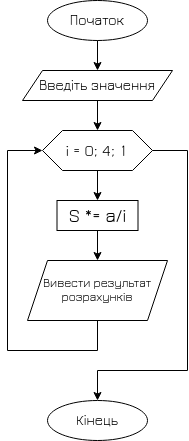
The draw.io diagram Лабораторна робота #4/Завдання #2. Блок схема (Добуток).png in H4WG/CppLabs, before a commit. Source tidied: cells renumbered, new cells last; positions are measured from the earlier drawing's top-left corner, leaving out a move shared by most shapes.
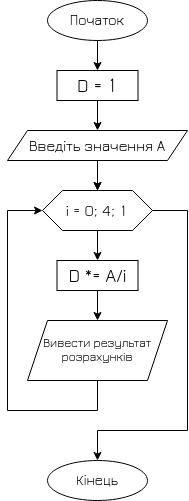
Above is the later version.

Commit message:
Виправлення помилок

Change to the diagram source:
```diff
@@ -3,15 +3,15 @@
     <mxCell id="0" />
     <mxCell id="1" parent="0" />
     <mxCell id="2" value="Початок" style="ellipse;whiteSpace=wrap;html=1;fontSize=14;" parent="1" vertex="1">
-      <mxGeometry x="40" width="100" height="40" as="geometry" />
+      <mxGeometry x="40" y="-60" width="100" height="40" as="geometry" />
     </mxCell>
-    <mxCell id="3" style="endArrow=classic;html=1;fontSize=14;entryX=0.5;entryY=0;entryDx=0;entryDy=0;exitX=0.5;exitY=1;exitDx=0;exitDy=0;" parent="1" edge="1" source="2" target="12">
+    <mxCell id="3" style="endArrow=classic;html=1;fontSize=14;exitX=0.5;exitY=1;exitDx=0;exitDy=0;entryX=0.5;entryY=0;entryDx=0;entryDy=0;" parent="1" edge="1" source="2" target="22">
       <mxGeometry relative="1" as="geometry" />
     </mxCell>
     <mxCell id="4" value="Кінець" style="ellipse;whiteSpace=wrap;html=1;fontSize=14;" parent="1" vertex="1">
       <mxGeometry x="40" y="400" width="100" height="40" as="geometry" />
     </mxCell>
-    <mxCell id="5" value="&lt;font style=&quot;font-size: 19px&quot;&gt;S *= a/i&lt;br&gt;&lt;/font&gt;" style="whiteSpace=wrap;html=1;fontSize=20;" parent="1" vertex="1">
+    <mxCell id="5" value="&lt;font style=&quot;font-size: 19px&quot;&gt;D *= A/i&lt;br&gt;&lt;/font&gt;" style="whiteSpace=wrap;html=1;fontSize=20;" parent="1" vertex="1">
       <mxGeometry x="49.5" y="200" width="81" height="30" as="geometry" />
     </mxCell>
     <mxCell id="6" style="endArrow=classic;html=1;exitX=0.5;exitY=1;exitDx=0;exitDy=0;" parent="1" edge="1">
@@ -43,8 +43,11 @@
         <mxPoint y="150" as="sourcePoint" />
       </mxGeometry>
     </mxCell>
+    <mxCell id="20" style="edgeStyle=orthogonalEdgeStyle;rounded=0;jettySize=auto;html=1;" parent="1" edge="1" source="12" target="13">
+      <mxGeometry relative="1" as="geometry" />
+    </mxCell>
-    <mxCell id="12" value="&lt;font style=&quot;font-size: 14px&quot;&gt;Введіть значення&lt;/font&gt;" style="shape=parallelogram;perimeter=parallelogramPerimeter;whiteSpace=wrap;html=1;fixedSize=1;" parent="1" vertex="1">
-      <mxGeometry x="15" y="70" width="150" height="30" as="geometry" />
+    <mxCell id="12" value="&lt;font style=&quot;font-size: 15px&quot;&gt;Введіть значення&lt;/font&gt;&lt;font style=&quot;font-size: 15px&quot;&gt; A&lt;br&gt;&lt;/font&gt;" style="shape=parallelogram;perimeter=parallelogramPerimeter;whiteSpace=wrap;html=1;fixedSize=1;" parent="1" vertex="1">
+      <mxGeometry y="70" width="180" height="30" as="geometry" />
     </mxCell>
     <mxCell id="13" value="&lt;font style=&quot;font-size: 16px&quot;&gt;i = 0; 4; 1&lt;br&gt;&lt;/font&gt;" style="shape=hexagon;perimeter=hexagonPerimeter2;whiteSpace=wrap;html=1;fixedSize=1;" parent="1" vertex="1">
       <mxGeometry x="35" y="130" width="110" height="40" as="geometry" />
@@ -82,5 +85,11 @@
         <mxPoint x="180" y="370" as="targetPoint" />
       </mxGeometry>
     </mxCell>
+    <mxCell id="21" style="edgeStyle=orthogonalEdgeStyle;rounded=0;jettySize=auto;html=1;entryX=0.5;entryY=0;entryDx=0;entryDy=0;exitX=0.5;exitY=1;exitDx=0;exitDy=0;" parent="1" edge="1" source="22" target="12">
+      <mxGeometry relative="1" as="geometry" />
+    </mxCell>
+    <mxCell id="22" value="&lt;font style=&quot;font-size: 19px&quot;&gt;D = 1&lt;br&gt;&lt;/font&gt;" style="whiteSpace=wrap;html=1;fontSize=20;" parent="1" vertex="1">
+      <mxGeometry x="49.5" y="10" width="81" height="30" as="geometry" />
+    </mxCell>
   </root>
 </mxGraphModel>
```
